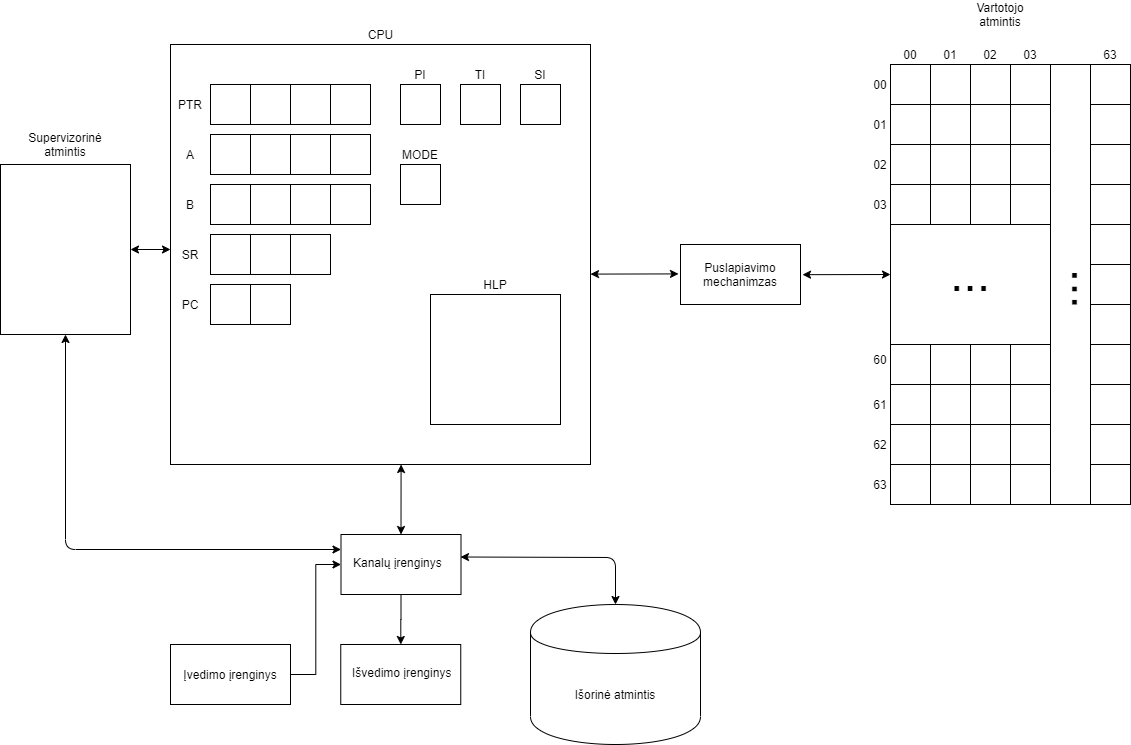
jokubasb/My-OS keeps this draw.io diagram as 01lab/diagrams/real.png. Above is the earlier version. Source tidied: cells renumbered, new cells last; positions are measured from the earlier drawing's top-left corner, leaving out a move shared by most shapes.
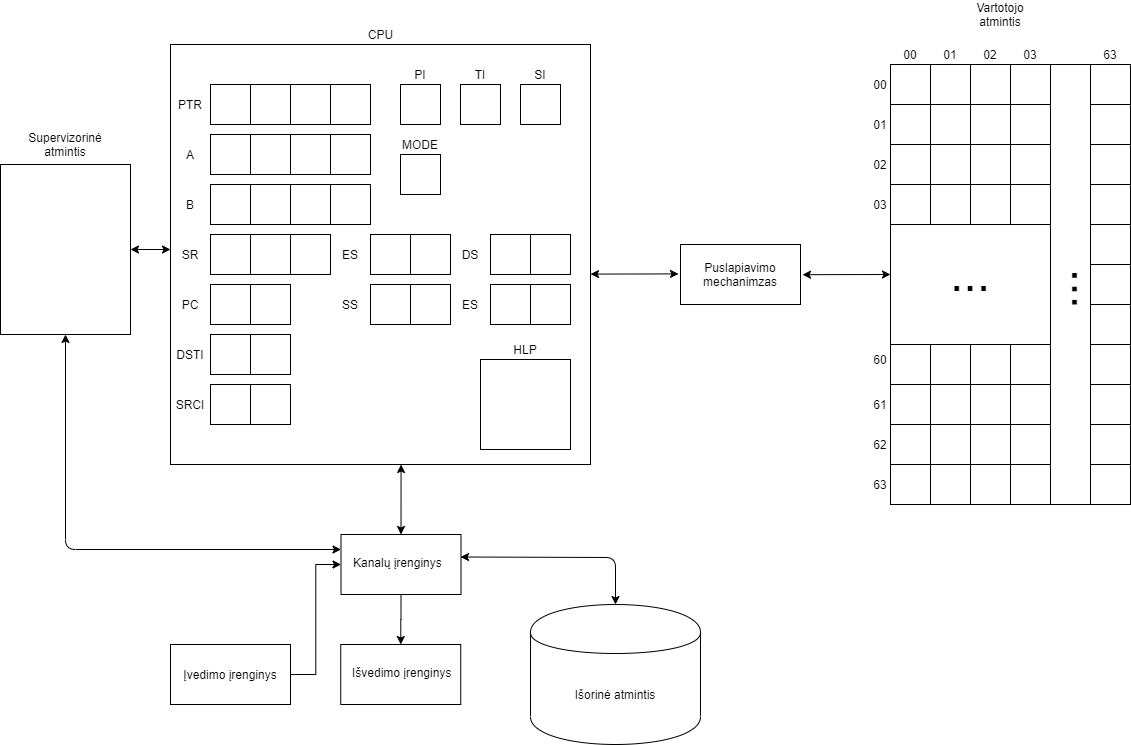
The same file after the commit.

Change to the diagram source:
```diff
@@ -45,7 +45,7 @@
       <mxGeometry x="520" y="80" width="40" height="40" as="geometry" />
     </mxCell>
     <mxCell id="16" style="whiteSpace=wrap;html=1;" parent="1" vertex="1">
-      <mxGeometry x="400" y="160" width="40" height="40" as="geometry" />
+      <mxGeometry x="400" y="150" width="40" height="40" as="geometry" />
     </mxCell>
     <mxCell id="17" style="whiteSpace=wrap;html=1;" parent="1" vertex="1">
       <mxGeometry x="400" y="80" width="40" height="40" as="geometry" />
@@ -54,7 +54,7 @@
       <mxGeometry x="460" y="60" width="40" height="20" as="geometry" />
     </mxCell>
     <mxCell id="19" value="MODE" style="text;html=1;strokeColor=none;fillColor=none;align=center;verticalAlign=middle;whiteSpace=wrap;rounded=0;" parent="1" vertex="1">
-      <mxGeometry x="400" y="140" width="40" height="20" as="geometry" />
+      <mxGeometry x="400" y="130" width="40" height="20" as="geometry" />
     </mxCell>
     <mxCell id="20" value="SI" style="text;html=1;strokeColor=none;fillColor=none;align=center;verticalAlign=middle;whiteSpace=wrap;rounded=0;" parent="1" vertex="1">
       <mxGeometry x="520" y="60" width="40" height="20" as="geometry" />
@@ -93,10 +93,10 @@
       <mxGeometry x="170" y="140" width="40" height="20" as="geometry" />
     </mxCell>
     <mxCell id="32" style="whiteSpace=wrap;html=1;" parent="1" vertex="1">
-      <mxGeometry x="430" y="290" width="130" height="130" as="geometry" />
+      <mxGeometry x="480" y="355" width="90" height="90" as="geometry" />
     </mxCell>
     <mxCell id="33" value="HLP" style="text;html=1;strokeColor=none;fillColor=none;align=center;verticalAlign=middle;whiteSpace=wrap;rounded=0;" parent="1" vertex="1">
-      <mxGeometry x="475" y="270" width="40" height="20" as="geometry" />
+      <mxGeometry x="505" y="335" width="40" height="20" as="geometry" />
     </mxCell>
     <mxCell id="34" value="Išorinė atmintis" style="shape=cylinder;whiteSpace=wrap;html=1;boundedLbl=1;backgroundOutline=1;" parent="1" vertex="1">
       <mxGeometry x="530" y="600" width="170" height="140" as="geometry" />
@@ -355,5 +355,59 @@
     <mxCell id="114" style="whiteSpace=wrap;html=1;" parent="1" vertex="1">
       <mxGeometry x="250" y="230" width="40" height="40" as="geometry" />
     </mxCell>
+    <mxCell id="115" style="whiteSpace=wrap;html=1;" parent="1" vertex="1">
+      <mxGeometry x="210" y="330" width="40" height="40" as="geometry" />
+    </mxCell>
+    <mxCell id="116" style="whiteSpace=wrap;html=1;" parent="1" vertex="1">
+      <mxGeometry x="250" y="330" width="40" height="40" as="geometry" />
+    </mxCell>
+    <mxCell id="117" value="DSTI" style="text;html=1;strokeColor=none;fillColor=none;align=center;verticalAlign=middle;whiteSpace=wrap;rounded=0;" parent="1" vertex="1">
+      <mxGeometry x="170" y="340" width="40" height="20" as="geometry" />
+    </mxCell>
+    <mxCell id="118" style="whiteSpace=wrap;html=1;" parent="1" vertex="1">
+      <mxGeometry x="210" y="380" width="40" height="40" as="geometry" />
+    </mxCell>
+    <mxCell id="119" style="whiteSpace=wrap;html=1;" parent="1" vertex="1">
+      <mxGeometry x="250" y="380" width="40" height="40" as="geometry" />
+    </mxCell>
+    <mxCell id="120" value="SRCI" style="text;html=1;strokeColor=none;fillColor=none;align=center;verticalAlign=middle;whiteSpace=wrap;rounded=0;" parent="1" vertex="1">
+      <mxGeometry x="170" y="390" width="40" height="20" as="geometry" />
+    </mxCell>
+    <mxCell id="121" style="whiteSpace=wrap;html=1;" parent="1" vertex="1">
+      <mxGeometry x="490" y="230" width="40" height="40" as="geometry" />
+    </mxCell>
+    <mxCell id="122" style="whiteSpace=wrap;html=1;" parent="1" vertex="1">
+      <mxGeometry x="530" y="230" width="40" height="40" as="geometry" />
+    </mxCell>
+    <mxCell id="123" value="DS" style="text;html=1;strokeColor=none;fillColor=none;align=center;verticalAlign=middle;whiteSpace=wrap;rounded=0;" parent="1" vertex="1">
+      <mxGeometry x="450" y="240" width="40" height="20" as="geometry" />
+    </mxCell>
+    <mxCell id="124" style="whiteSpace=wrap;html=1;" parent="1" vertex="1">
+      <mxGeometry x="490" y="280" width="40" height="40" as="geometry" />
+    </mxCell>
+    <mxCell id="125" style="whiteSpace=wrap;html=1;" parent="1" vertex="1">
+      <mxGeometry x="530" y="280" width="40" height="40" as="geometry" />
+    </mxCell>
+    <mxCell id="126" value="ES" style="text;html=1;strokeColor=none;fillColor=none;align=center;verticalAlign=middle;whiteSpace=wrap;rounded=0;" parent="1" vertex="1">
+      <mxGeometry x="450" y="290" width="40" height="20" as="geometry" />
+    </mxCell>
+    <mxCell id="127" style="whiteSpace=wrap;html=1;" parent="1" vertex="1">
+      <mxGeometry x="370" y="280" width="40" height="40" as="geometry" />
+    </mxCell>
+    <mxCell id="128" style="whiteSpace=wrap;html=1;" parent="1" vertex="1">
+      <mxGeometry x="410" y="280" width="40" height="40" as="geometry" />
+    </mxCell>
+    <mxCell id="129" value="SS" style="text;html=1;strokeColor=none;fillColor=none;align=center;verticalAlign=middle;whiteSpace=wrap;rounded=0;" parent="1" vertex="1">
+      <mxGeometry x="330" y="290" width="40" height="20" as="geometry" />
+    </mxCell>
+    <mxCell id="130" style="whiteSpace=wrap;html=1;" parent="1" vertex="1">
+      <mxGeometry x="370" y="230" width="40" height="40" as="geometry" />
+    </mxCell>
+    <mxCell id="131" style="whiteSpace=wrap;html=1;" parent="1" vertex="1">
+      <mxGeometry x="410" y="230" width="40" height="40" as="geometry" />
+    </mxCell>
+    <mxCell id="132" value="ES" style="text;html=1;strokeColor=none;fillColor=none;align=center;verticalAlign=middle;whiteSpace=wrap;rounded=0;" parent="1" vertex="1">
+      <mxGeometry x="330" y="240" width="40" height="20" as="geometry" />
+    </mxCell>
   </root>
 </mxGraphModel>
```
